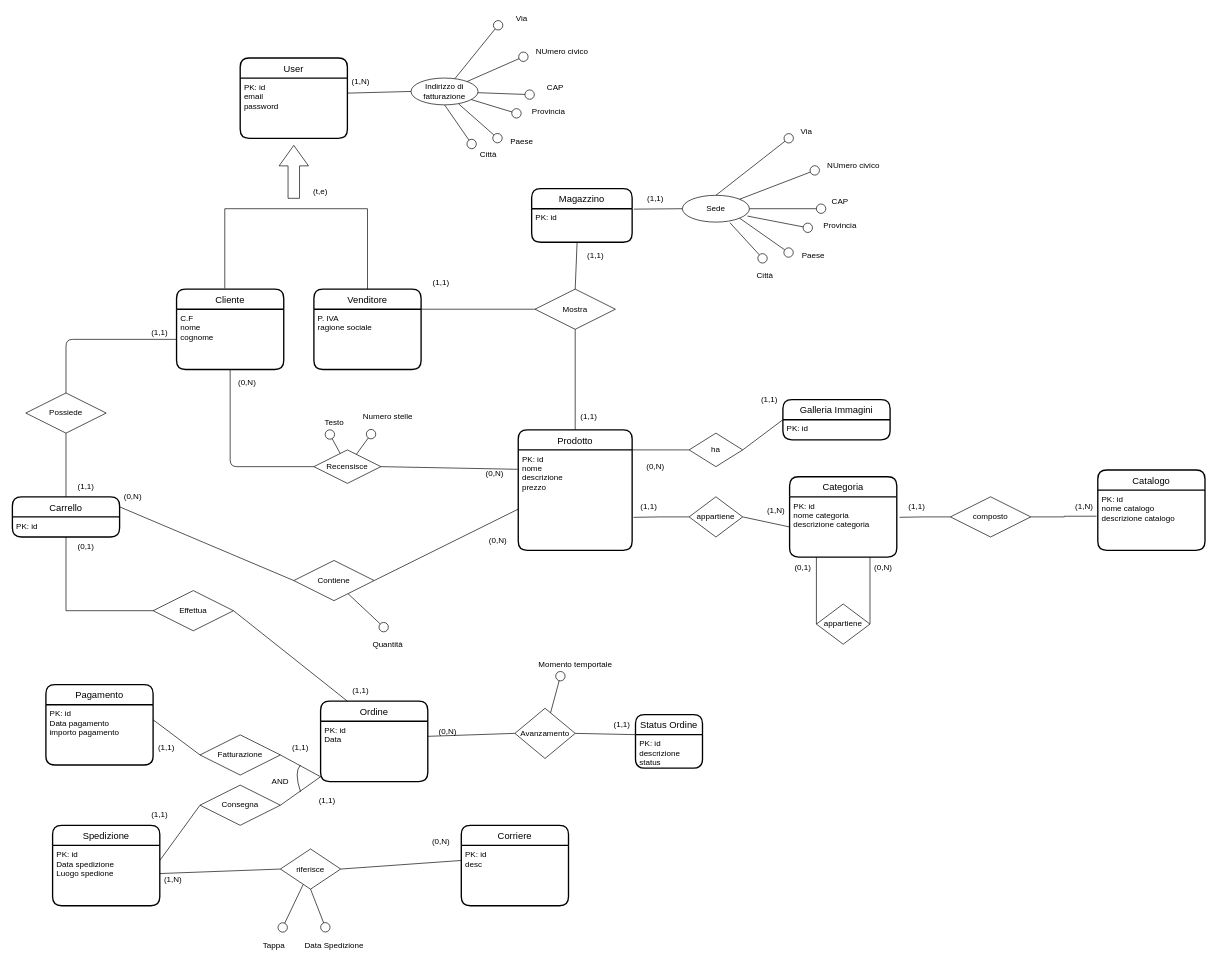
EndriDomiUni/E-commerce keeps this draw.io diagram as doc/schema_concettuale_v2.drawio. Above is the earlier version. Source tidied: cells renumbered, new cells numbered last; positions are measured from the earlier drawing's top-left corner, leaving out a move shared by most shapes. Both pictures are drawn from the tidied source at 67%, with x=0, y=0 at pixel (12, 11).
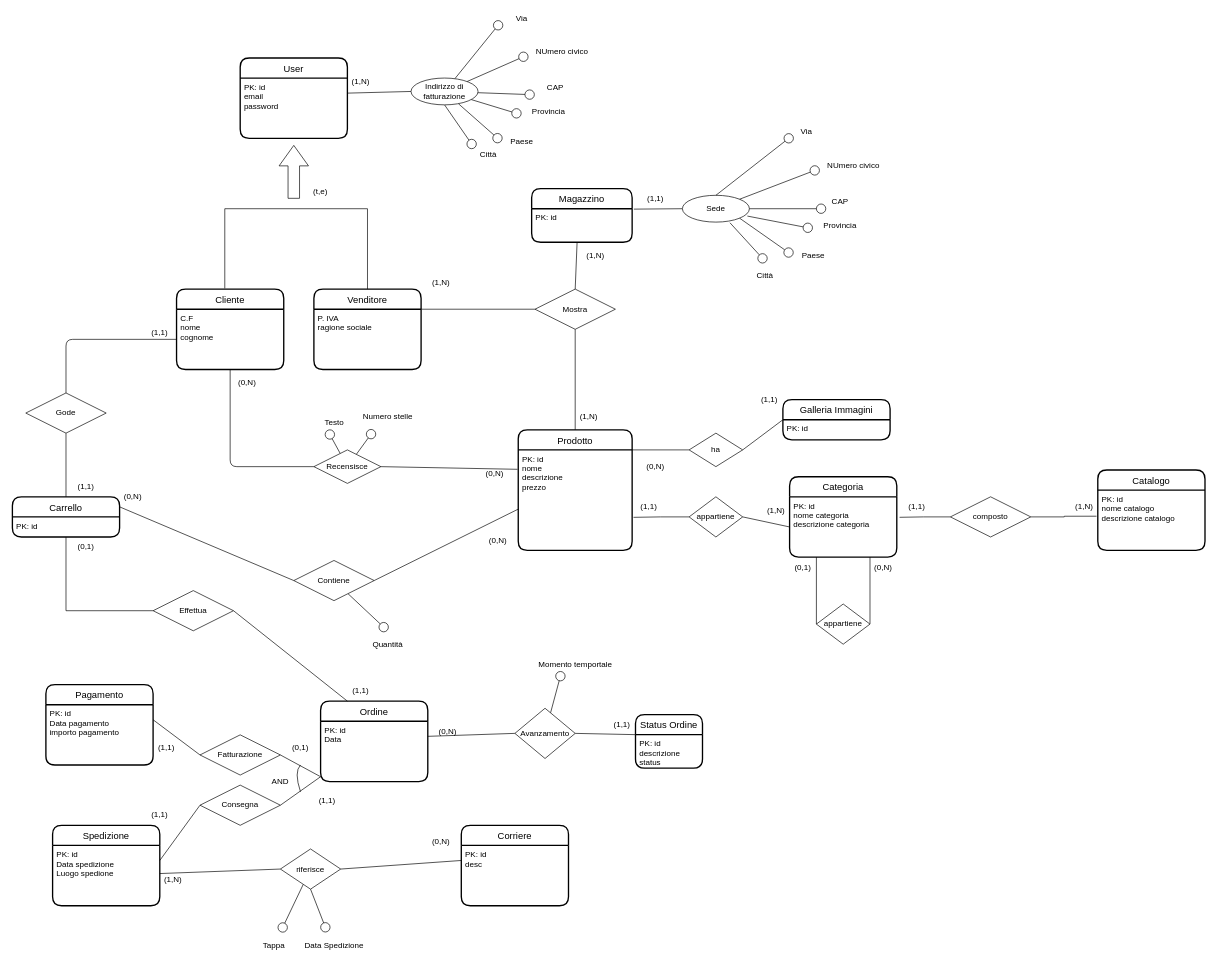
The same page after the edit.

Commit message (it also covers changes not shown here):
Modify schema_concettuale

Change to the diagram source:
```diff
@@
-    <mxCell id="68" value="Possiede" style="shape=rhombus;perimeter=rhombusPerimeter;whiteSpace=wrap;html=1;align=center;" parent="1" vertex="1">
+    <mxCell id="68" value="Gode" style="shape=rhombus;perimeter=rhombusPerimeter;whiteSpace=wrap;html=1;align=center;" parent="1" vertex="1">
       <mxGeometry x="20" y="569" width="120" height="60" as="geometry" />
     </mxCell>
@@
-    <mxCell id="98" value="(1,1)" style="text;html=1;strokeColor=none;fillColor=none;align=center;verticalAlign=middle;whiteSpace=wrap;rounded=0;" parent="1" vertex="1">
+    <mxCell id="98" value="(1,N)" style="text;html=1;strokeColor=none;fillColor=none;align=center;verticalAlign=middle;whiteSpace=wrap;rounded=0;" parent="1" vertex="1">
       <mxGeometry x="610" y="389" width="60" height="30" as="geometry" />
     </mxCell>
@@
-    <mxCell id="100" value="(1,1)" style="text;html=1;strokeColor=none;fillColor=none;align=center;verticalAlign=middle;whiteSpace=wrap;rounded=0;" parent="1" vertex="1">
+    <mxCell id="100" value="(0,1)" style="text;html=1;strokeColor=none;fillColor=none;align=center;verticalAlign=middle;whiteSpace=wrap;rounded=0;" parent="1" vertex="1">
       <mxGeometry x="400" y="1084.3" width="60" height="30" as="geometry" />
     </mxCell>
@@
-    <mxCell id="140" value="(1,1)" style="text;html=1;align=center;verticalAlign=middle;strokeColor=none;fillColor=none;" parent="1" vertex="1">
+    <mxCell id="140" value="(1,N)" style="text;html=1;align=center;verticalAlign=middle;strokeColor=none;fillColor=none;" parent="1" vertex="1">
       <mxGeometry x="850" y="354" width="40" height="20" as="geometry" />
     </mxCell>
-    <mxCell id="141" value="(1,1)" style="text;html=1;align=center;verticalAlign=middle;strokeColor=none;fillColor=none;" parent="1" vertex="1">
+    <mxCell id="141" value="(1,N)" style="text;html=1;align=center;verticalAlign=middle;strokeColor=none;fillColor=none;" parent="1" vertex="1">
       <mxGeometry x="840" y="594" width="40" height="20" as="geometry" />
     </mxCell>
```
